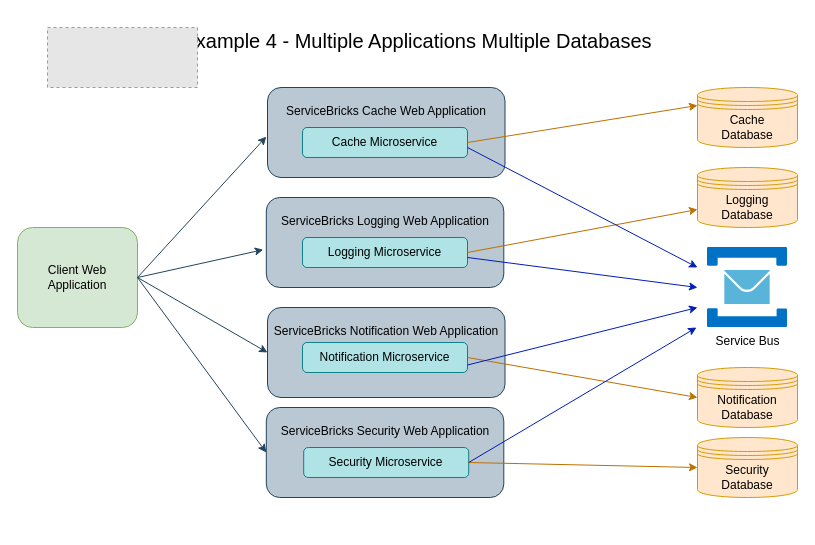
Before: page "Example4" (4 of 4) of Examples.drawio in holomodular/ServiceBricks-Examples, a draw.io diagram. Source tidied: cells renumbered, new cells numbered last; positions are measured from the earlier drawing's top-left corner, leaving out a move shared by most shapes. Both pictures are drawn from the tidied source at 100%, with x=0, y=0 at pixel (17, 17). Pictures stored in the file or linked from it are replaced by grey dashed boxes.
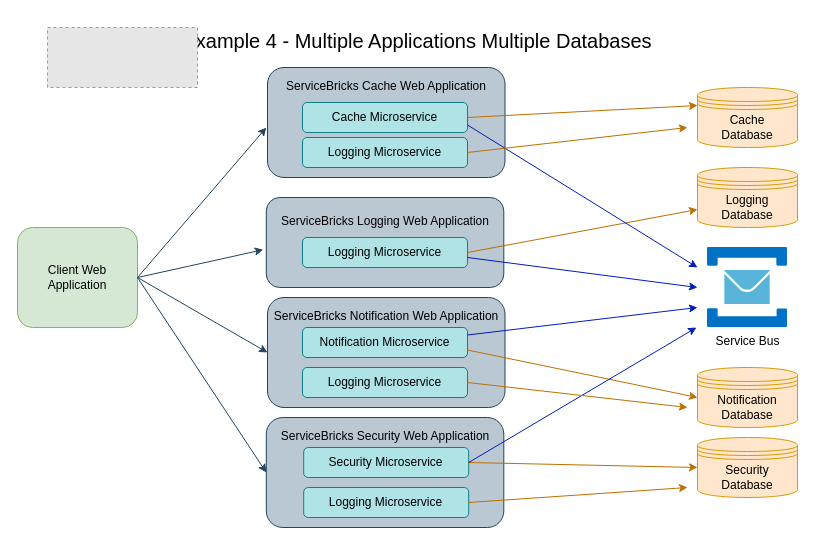
Above is the later version.

Unchanged cells that the change refers to:
```xml
<mxCell id="28" value="&lt;div&gt;Notification&lt;/div&gt;Database" style="shape=datastore;whiteSpace=wrap;html=1;fillColor=#ffe6cc;strokeColor=#d79b00;" parent="1" vertex="1">
  <mxGeometry x="680" y="350" width="100" height="60" as="geometry" />
</mxCell>
```

Change to the diagram source:
```diff
@@
-    <mxCell id="2" value="ServiceBricks Security Web Application&lt;div&gt;&lt;br&gt;&lt;/div&gt;&lt;div&gt;&lt;br&gt;&lt;/div&gt;&lt;div&gt;&lt;br&gt;&lt;/div&gt;" style="rounded=1;whiteSpace=wrap;html=1;fillColor=#bac8d3;strokeColor=#23445d;" parent="1" vertex="1">
-      <mxGeometry x="248.8" y="390" width="237.5" height="90" as="geometry" />
+    <mxCell id="2" value="ServiceBricks Security Web Application&lt;div&gt;&lt;br&gt;&lt;/div&gt;&lt;div&gt;&lt;br&gt;&lt;/div&gt;&lt;div&gt;&lt;br&gt;&lt;/div&gt;&lt;div&gt;&lt;br&gt;&lt;/div&gt;&lt;div&gt;&lt;br&gt;&lt;/div&gt;" style="rounded=1;whiteSpace=wrap;html=1;fillColor=#bac8d3;strokeColor=#23445d;" parent="1" vertex="1">
+      <mxGeometry x="248.8" y="400" width="237.5" height="110" as="geometry" />
     </mxCell>
-    <mxCell id="3" value="ServiceBricks Notification Web Application&lt;div&gt;&lt;br&gt;&lt;/div&gt;&lt;div&gt;&lt;br&gt;&lt;/div&gt;&lt;div&gt;&lt;br&gt;&lt;/div&gt;" style="rounded=1;whiteSpace=wrap;html=1;fillColor=#bac8d3;strokeColor=#23445d;" parent="1" vertex="1">
-      <mxGeometry x="250" y="290" width="237.5" height="90" as="geometry" />
+    <mxCell id="3" value="ServiceBricks Notification Web Application&lt;div&gt;&lt;br&gt;&lt;/div&gt;&lt;div&gt;&lt;br&gt;&lt;/div&gt;&lt;div&gt;&lt;br&gt;&lt;/div&gt;&lt;div&gt;&lt;br&gt;&lt;/div&gt;&lt;div&gt;&lt;br&gt;&lt;/div&gt;" style="rounded=1;whiteSpace=wrap;html=1;fillColor=#bac8d3;strokeColor=#23445d;" parent="1" vertex="1">
+      <mxGeometry x="250" y="280" width="237.5" height="110" as="geometry" />
     </mxCell>
@@
-    <mxCell id="7" value="ServiceBricks Cache Web Application&lt;div&gt;&lt;br&gt;&lt;/div&gt;&lt;div&gt;&lt;br&gt;&lt;/div&gt;&lt;div&gt;&lt;br&gt;&lt;/div&gt;" style="rounded=1;whiteSpace=wrap;html=1;fillColor=#bac8d3;strokeColor=#23445d;" parent="1" vertex="1">
-      <mxGeometry x="250" y="70" width="237.5" height="90" as="geometry" />
+    <mxCell id="7" value="ServiceBricks Cache Web Application&lt;div&gt;&lt;br&gt;&lt;/div&gt;&lt;div&gt;&lt;br&gt;&lt;/div&gt;&lt;div&gt;&lt;br&gt;&lt;/div&gt;&lt;div&gt;&lt;br&gt;&lt;/div&gt;&lt;div&gt;&lt;br&gt;&lt;/div&gt;" style="rounded=1;whiteSpace=wrap;html=1;fillColor=#bac8d3;strokeColor=#23445d;" parent="1" vertex="1">
+      <mxGeometry x="250" y="50" width="237.5" height="110" as="geometry" />
     </mxCell>
@@
     <mxCell id="9" value="Cache Microservice" style="rounded=1;whiteSpace=wrap;html=1;fillColor=#b0e3e6;strokeColor=#0e8088;" parent="1" vertex="1">
-      <mxGeometry x="285" y="110" width="165" height="30" as="geometry" />
+      <mxGeometry x="285" y="85" width="165" height="30" as="geometry" />
     </mxCell>
@@
     <mxCell id="11" value="Notification Microservice" style="rounded=1;whiteSpace=wrap;html=1;fillColor=#b0e3e6;strokeColor=#0e8088;" parent="1" vertex="1">
-      <mxGeometry x="285" y="325" width="165" height="30" as="geometry" />
+      <mxGeometry x="285" y="310" width="165" height="30" as="geometry" />
     </mxCell>
@@
-    <mxCell id="16" style="endArrow=classic;html=1;rounded=0;exitX=1;exitY=0.5;exitDx=0;exitDy=0;entryX=0;entryY=0.5;entryDx=0;entryDy=0;fillColor=#f0a30a;strokeColor=#BD7000;" parent="1" edge="1" source="11" target="28">
+    <mxCell id="16" style="endArrow=classic;html=1;rounded=0;exitX=1;exitY=0.75;exitDx=0;exitDy=0;entryX=0;entryY=0.5;entryDx=0;entryDy=0;fillColor=#f0a30a;strokeColor=#BD7000;" parent="1" edge="1" source="11" target="28">
       <mxGeometry relative="1" as="geometry" />
     </mxCell>
@@
-    <mxCell id="22" style="endArrow=classic;html=1;rounded=0;fillColor=#0050ef;strokeColor=#001DBC;" parent="1" edge="1">
+    <mxCell id="22" style="endArrow=classic;html=1;rounded=0;fillColor=#0050ef;strokeColor=#001DBC;exitX=1;exitY=0.75;exitDx=0;exitDy=0;" parent="1" edge="1" source="9">
       <mxGeometry relative="1" as="geometry">
-        <mxPoint x="450" y="130" as="sourcePoint" />
         <mxPoint x="680" y="250" as="targetPoint" />
       </mxGeometry>
     </mxCell>
@@
-    <mxCell id="24" style="endArrow=classic;html=1;rounded=0;exitX=1;exitY=0.75;exitDx=0;exitDy=0;fillColor=#0050ef;strokeColor=#001DBC;" parent="1" edge="1" source="11">
+    <mxCell id="24" style="endArrow=classic;html=1;rounded=0;exitX=1;exitY=0.25;exitDx=0;exitDy=0;fillColor=#0050ef;strokeColor=#001DBC;" parent="1" edge="1" source="11">
       <mxGeometry relative="1" as="geometry">
         <mxPoint x="680" y="290" as="targetPoint" />
       </mxGeometry>
     </mxCell>
@@
+    <mxCell id="30" value="Logging Microservice" style="rounded=1;whiteSpace=wrap;html=1;fillColor=#b0e3e6;strokeColor=#0e8088;" parent="1" vertex="1">
+      <mxGeometry x="285" y="120" width="165" height="30" as="geometry" />
+    </mxCell>
+    <mxCell id="31" style="endArrow=classic;html=1;rounded=0;exitX=1;exitY=0.5;exitDx=0;exitDy=0;fillColor=#f0a30a;strokeColor=#BD7000;" parent="1" edge="1" source="30">
+      <mxGeometry relative="1" as="geometry">
+        <mxPoint x="670" y="110" as="targetPoint" />
+      </mxGeometry>
+    </mxCell>
+    <mxCell id="32" value="Logging Microservice" style="rounded=1;whiteSpace=wrap;html=1;fillColor=#b0e3e6;strokeColor=#0e8088;" parent="1" vertex="1">
+      <mxGeometry x="285" y="350" width="165" height="30" as="geometry" />
+    </mxCell>
+    <mxCell id="33" style="endArrow=classic;html=1;rounded=0;exitX=1;exitY=0.5;exitDx=0;exitDy=0;fillColor=#f0a30a;strokeColor=#BD7000;" parent="1" edge="1" source="32">
+      <mxGeometry relative="1" as="geometry">
+        <mxPoint x="670" y="390" as="targetPoint" />
+      </mxGeometry>
+    </mxCell>
+    <mxCell id="34" value="Logging Microservice" style="rounded=1;whiteSpace=wrap;html=1;fillColor=#b0e3e6;strokeColor=#0e8088;" parent="1" vertex="1">
+      <mxGeometry x="286.2" y="470" width="165" height="30" as="geometry" />
+    </mxCell>
+    <mxCell id="35" style="endArrow=classic;html=1;rounded=0;exitX=1;exitY=0.5;exitDx=0;exitDy=0;fillColor=#f0a30a;strokeColor=#BD7000;" parent="1" edge="1" source="34">
+      <mxGeometry relative="1" as="geometry">
+        <mxPoint x="670" y="470" as="targetPoint" />
+      </mxGeometry>
+    </mxCell>
```
